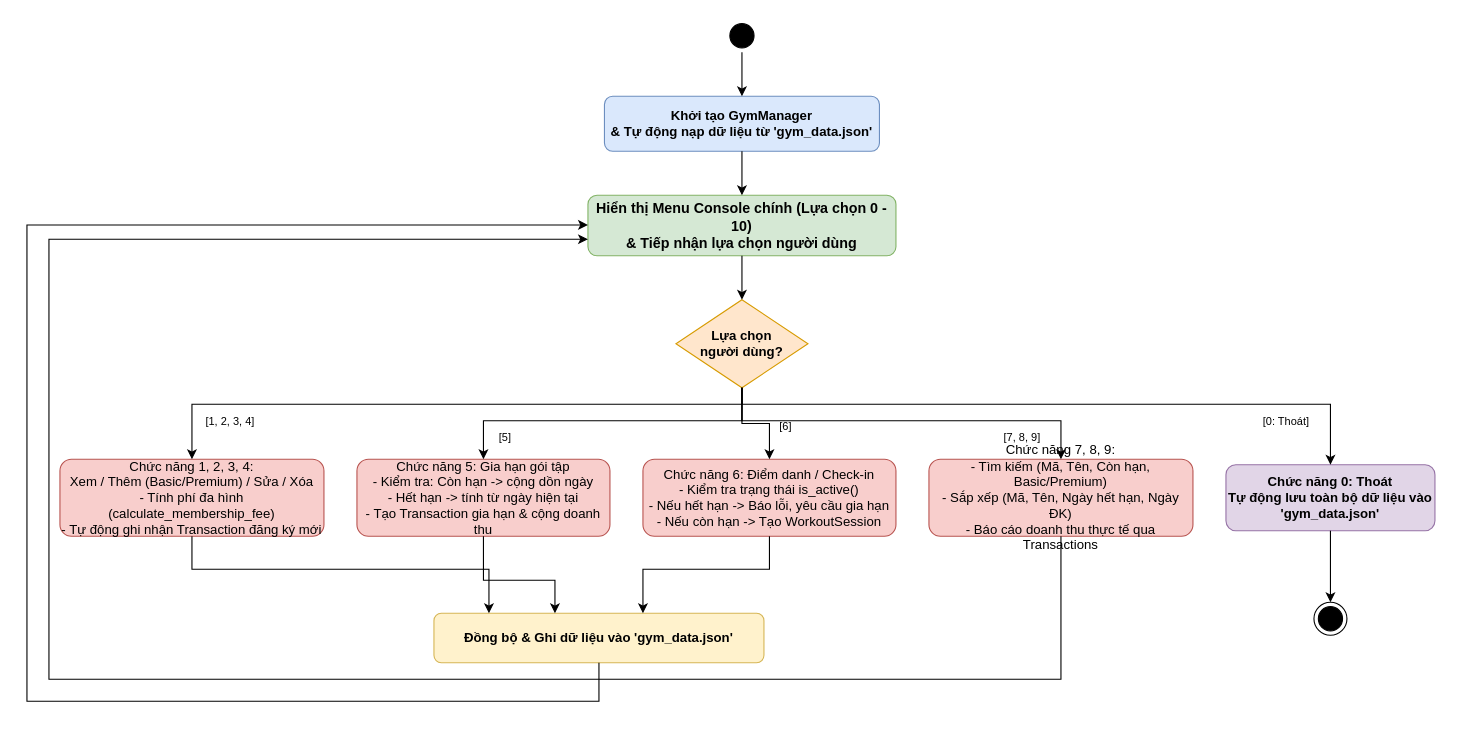
Earlier version of the draw.io diagram page "Activity Diagram - Menu Flow" (2 of 3) of docs/UML.drawio (LuongKhaiAn/btl-python-nhom7). Source tidied: cells renumbered, new cells numbered last; positions are measured from the earlier drawing's top-left corner, leaving out a move shared by most shapes. Both pictures are drawn from the tidied source at 110%, with x=0, y=0 at pixel (26, 19).
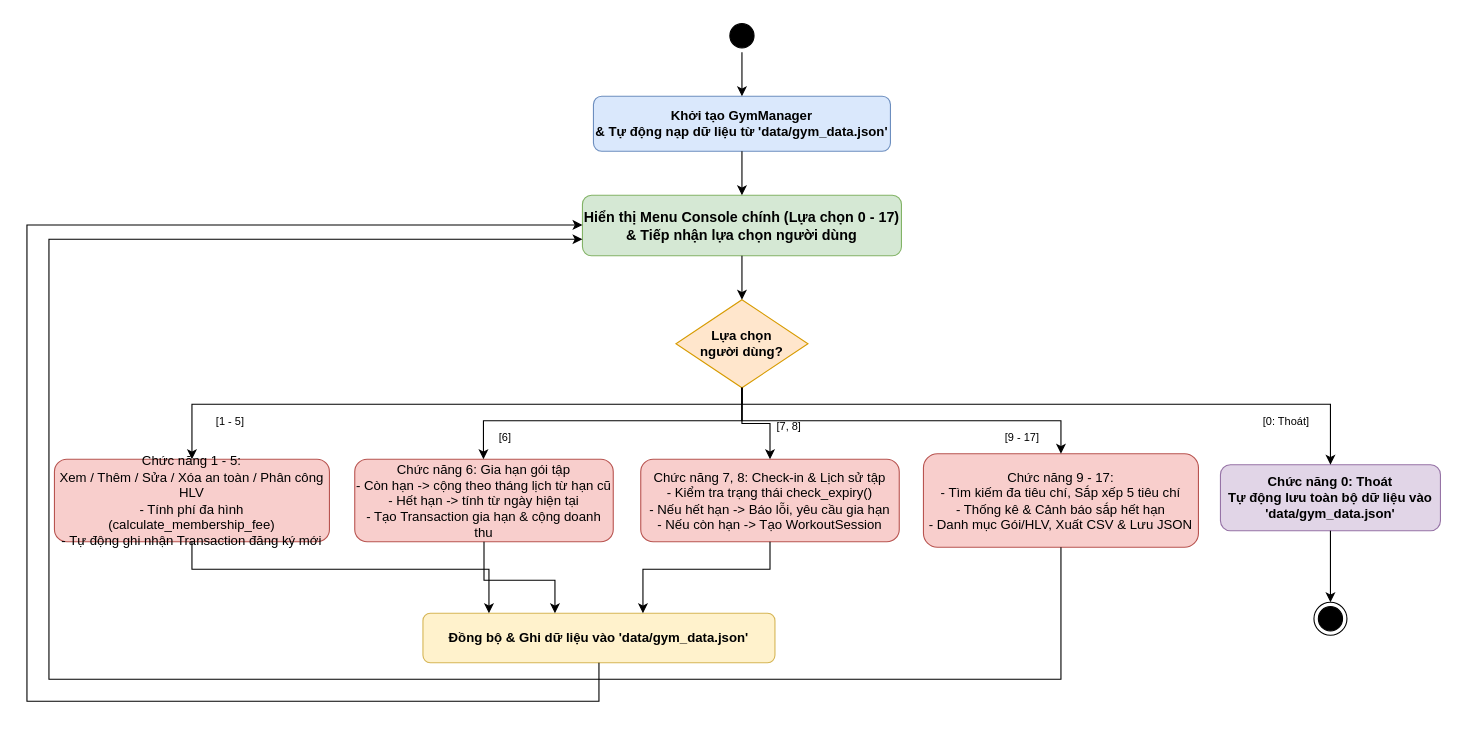
The same page after the edit.

Diff of the diagram source:
```diff
@@
-    <mxCell id="3" value="Khởi tạo GymManager&#10;&amp; Tự động nạp dữ liệu từ 'gym_data.json'" style="rounded=1;whiteSpace=wrap;html=1;fillColor=#dae8fc;strokeColor=#6c8ebf;fontSize=12;fontStyle=1;" parent="1" vertex="1">
-      <mxGeometry x="525" y="70" width="250" height="50" as="geometry" />
+    <mxCell id="3" value="Khởi tạo GymManager&#10;&amp; Tự động nạp dữ liệu từ 'data/gym_data.json'" style="rounded=1;whiteSpace=wrap;html=1;fillColor=#dae8fc;strokeColor=#6c8ebf;fontSize=12;fontStyle=1;" parent="1" vertex="1">
+      <mxGeometry x="515" y="70" width="270" height="50" as="geometry" />
     </mxCell>
@@
-    <mxCell id="5" value="Hiển thị Menu Console chính (Lựa chọn 0 - 10)&#10;&amp; Tiếp nhận lựa chọn người dùng" style="rounded=1;whiteSpace=wrap;html=1;fillColor=#d5e8d4;strokeColor=#82b366;fontSize=13;fontStyle=1;" parent="1" vertex="1">
-      <mxGeometry x="510" y="160" width="280" height="55" as="geometry" />
+    <mxCell id="5" value="Hiển thị Menu Console chính (Lựa chọn 0 - 17)&#10;&amp; Tiếp nhận lựa chọn người dùng" style="rounded=1;whiteSpace=wrap;html=1;fillColor=#d5e8d4;strokeColor=#82b366;fontSize=13;fontStyle=1;" parent="1" vertex="1">
+      <mxGeometry x="505" y="160" width="290" height="55" as="geometry" />
     </mxCell>
@@
-    <mxCell id="9" value="Chức năng 1, 2, 3, 4:&#10;Xem / Thêm (Basic/Premium) / Sửa / Xóa&#10;- Tính phí đa hình (calculate_membership_fee)&#10;- Tự động ghi nhận Transaction đăng ký mới" style="rounded=1;whiteSpace=wrap;html=1;fillColor=#f8cecc;strokeColor=#b85450;" parent="1" vertex="1">
-      <mxGeometry x="30" y="400" width="240" height="70" as="geometry" />
+    <mxCell id="9" value="Chức năng 1 - 5:&#10;Xem / Thêm / Sửa / Xóa an toàn / Phân công HLV&#10;- Tính phí đa hình (calculate_membership_fee)&#10;- Tự động ghi nhận Transaction đăng ký mới" style="rounded=1;whiteSpace=wrap;html=1;fillColor=#f8cecc;strokeColor=#b85450;" parent="1" vertex="1">
+      <mxGeometry x="25" y="400" width="250" height="75" as="geometry" />
     </mxCell>
-    <mxCell id="10" value="Chức năng 5: Gia hạn gói tập&#10;- Kiểm tra: Còn hạn -&amp;gt; cộng dồn ngày&#10;- Hết hạn -&amp;gt; tính từ ngày hiện tại&#10;- Tạo Transaction gia hạn &amp; cộng doanh thu" style="rounded=1;whiteSpace=wrap;html=1;fillColor=#f8cecc;strokeColor=#b85450;" parent="1" vertex="1">
-      <mxGeometry x="300" y="400" width="230" height="70" as="geometry" />
+    <mxCell id="10" value="Chức năng 6: Gia hạn gói tập&#10;- Còn hạn -&amp;gt; cộng theo tháng lịch từ hạn cũ&#10;- Hết hạn -&amp;gt; tính từ ngày hiện tại&#10;- Tạo Transaction gia hạn &amp; cộng doanh thu" style="rounded=1;whiteSpace=wrap;html=1;fillColor=#f8cecc;strokeColor=#b85450;" parent="1" vertex="1">
+      <mxGeometry x="298" y="400" width="235" height="75" as="geometry" />
     </mxCell>
-    <mxCell id="11" value="Chức năng 6: Điểm danh / Check-in&#10;- Kiểm tra trạng thái is_active()&#10;- Nếu hết hạn -&amp;gt; Báo lỗi, yêu cầu gia hạn&#10;- Nếu còn hạn -&amp;gt; Tạo WorkoutSession" style="rounded=1;whiteSpace=wrap;html=1;fillColor=#f8cecc;strokeColor=#b85450;" parent="1" vertex="1">
-      <mxGeometry x="560" y="400" width="230" height="70" as="geometry" />
+    <mxCell id="11" value="Chức năng 7, 8: Check-in &amp; Lịch sử tập&#10;- Kiểm tra trạng thái check_expiry()&#10;- Nếu hết hạn -&amp;gt; Báo lỗi, yêu cầu gia hạn&#10;- Nếu còn hạn -&amp;gt; Tạo WorkoutSession" style="rounded=1;whiteSpace=wrap;html=1;fillColor=#f8cecc;strokeColor=#b85450;" parent="1" vertex="1">
+      <mxGeometry x="558" y="400" width="235" height="75" as="geometry" />
     </mxCell>
-    <mxCell id="12" value="Chức năng 7, 8, 9:&#10;- Tìm kiếm (Mã, Tên, Còn hạn, Basic/Premium)&#10;- Sắp xếp (Mã, Tên, Ngày hết hạn, Ngày ĐK)&#10;- Báo cáo doanh thu thực tế qua Transactions" style="rounded=1;whiteSpace=wrap;html=1;fillColor=#f8cecc;strokeColor=#b85450;" parent="1" vertex="1">
-      <mxGeometry x="820" y="400" width="240" height="70" as="geometry" />
+    <mxCell id="12" value="Chức năng 9 - 17:&#10;- Tìm kiếm đa tiêu chí, Sắp xếp 5 tiêu chí&#10;- Thống kê &amp; Cảnh báo sắp hết hạn&#10;- Danh mục Gói/HLV, Xuất CSV &amp; Lưu JSON" style="rounded=1;whiteSpace=wrap;html=1;fillColor=#f8cecc;strokeColor=#b85450;" parent="1" vertex="1">
+      <mxGeometry x="815" y="395" width="250" height="85" as="geometry" />
     </mxCell>
-    <mxCell id="13" value="Chức năng 0: Thoát&#10;Tự động lưu toàn bộ dữ liệu vào 'gym_data.json'" style="rounded=1;whiteSpace=wrap;html=1;fillColor=#e1d5e7;strokeColor=#9673a6;fontStyle=1;" parent="1" vertex="1">
-      <mxGeometry x="1090" y="405" width="190" height="60" as="geometry" />
+    <mxCell id="13" value="Chức năng 0: Thoát&#10;Tự động lưu toàn bộ dữ liệu vào 'data/gym_data.json'" style="rounded=1;whiteSpace=wrap;html=1;fillColor=#e1d5e7;strokeColor=#9673a6;fontStyle=1;" parent="1" vertex="1">
+      <mxGeometry x="1085" y="405" width="200" height="60" as="geometry" />
     </mxCell>
@@
-    <mxCell id="15" value="[1, 2, 3, 4]" style="text;html=1;whiteSpace=wrap;strokeColor=none;fillColor=none;align=center;verticalAlign=middle;rounded=0;fontSize=10;" parent="1" vertex="1">
+    <mxCell id="15" value="[1 - 5]" style="text;html=1;whiteSpace=wrap;strokeColor=none;fillColor=none;align=center;verticalAlign=middle;rounded=0;fontSize=10;" parent="1" vertex="1">
       <mxGeometry x="160" y="355" width="50" height="20" as="geometry" />
     </mxCell>
@@
-    <mxCell id="17" value="[5]" style="text;html=1;whiteSpace=wrap;strokeColor=none;fillColor=none;align=center;verticalAlign=middle;rounded=0;fontSize=10;" parent="1" vertex="1">
+    <mxCell id="17" value="[6]" style="text;html=1;whiteSpace=wrap;strokeColor=none;fillColor=none;align=center;verticalAlign=middle;rounded=0;fontSize=10;" parent="1" vertex="1">
       <mxGeometry x="420" y="370" width="30" height="20" as="geometry" />
     </mxCell>
@@
-    <mxCell id="19" value="[6]" style="text;html=1;whiteSpace=wrap;strokeColor=none;fillColor=none;align=center;verticalAlign=middle;rounded=0;fontSize=10;" parent="1" vertex="1">
-      <mxGeometry x="675" y="360" width="30" height="20" as="geometry" />
+    <mxCell id="19" value="[7, 8]" style="text;html=1;whiteSpace=wrap;strokeColor=none;fillColor=none;align=center;verticalAlign=middle;rounded=0;fontSize=10;" parent="1" vertex="1">
+      <mxGeometry x="675" y="360" width="36" height="20" as="geometry" />
     </mxCell>
@@
-    <mxCell id="21" value="[7, 8, 9]" style="text;html=1;whiteSpace=wrap;strokeColor=none;fillColor=none;align=center;verticalAlign=middle;rounded=0;fontSize=10;" parent="1" vertex="1">
+    <mxCell id="21" value="[9 - 17]" style="text;html=1;whiteSpace=wrap;strokeColor=none;fillColor=none;align=center;verticalAlign=middle;rounded=0;fontSize=10;" parent="1" vertex="1">
       <mxGeometry x="880" y="370" width="50" height="20" as="geometry" />
     </mxCell>
@@
-    <mxCell id="24" value="Đồng bộ &amp; Ghi dữ liệu vào 'gym_data.json'" style="rounded=1;whiteSpace=wrap;html=1;fillColor=#fff2cc;strokeColor=#d6b656;fontStyle=1;" parent="1" vertex="1">
-      <mxGeometry x="370" y="540" width="300" height="45" as="geometry" />
+    <mxCell id="24" value="Đồng bộ &amp; Ghi dữ liệu vào 'data/gym_data.json'" style="rounded=1;whiteSpace=wrap;html=1;fillColor=#fff2cc;strokeColor=#d6b656;fontStyle=1;" parent="1" vertex="1">
+      <mxGeometry x="360" y="540" width="320" height="45" as="geometry" />
     </mxCell>
```
